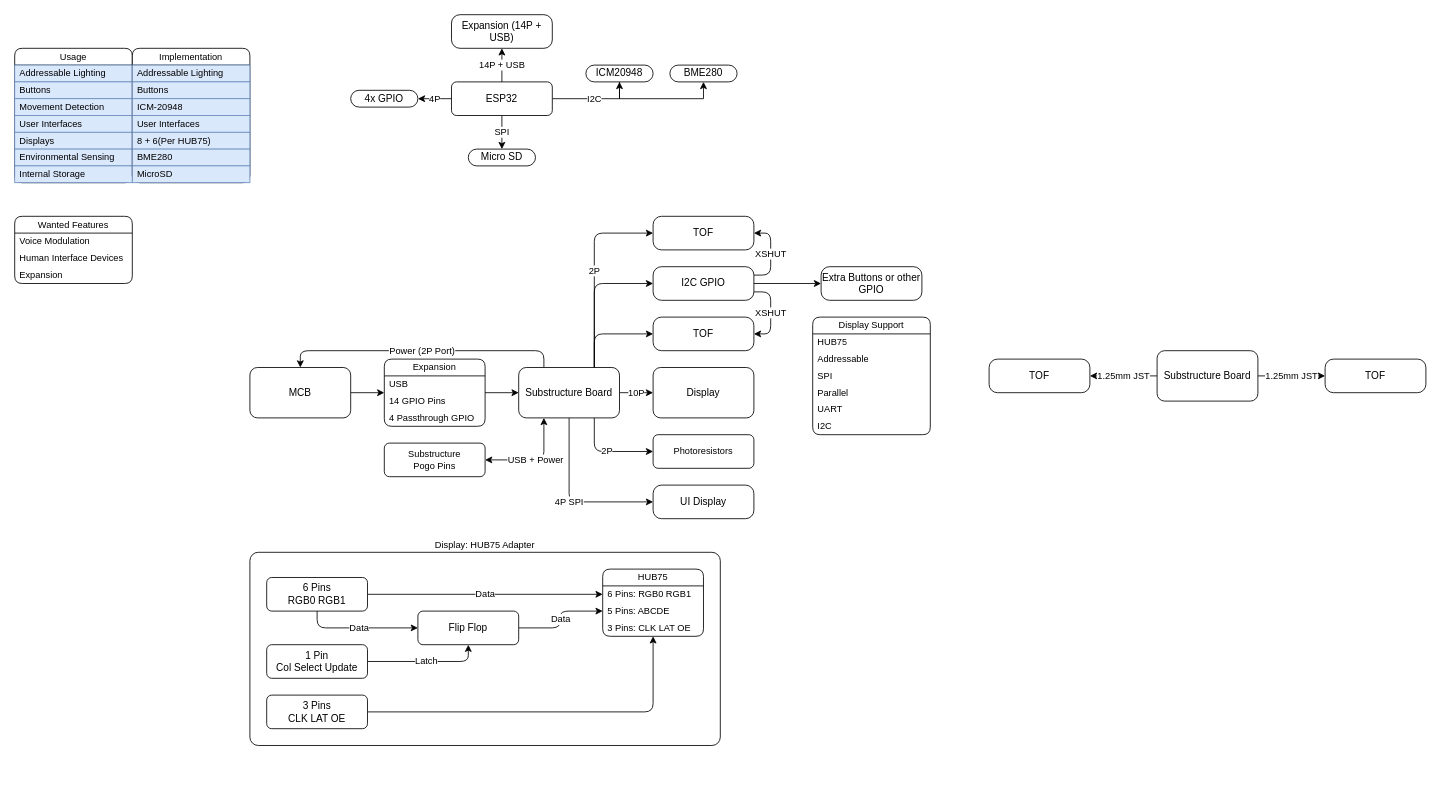
Before: page "Brainstorm" (2 of 6) of Documents/Diagram.drawio in Cyberspecies/Multi-Cosplay_Board, a draw.io diagram. Source tidied: cells renumbered, new cells numbered last; positions are measured from the earlier drawing's top-left corner, leaving out a move shared by most shapes. Both pictures are drawn from the tidied source at 84%, with x=0, y=0 at pixel (14, 14).
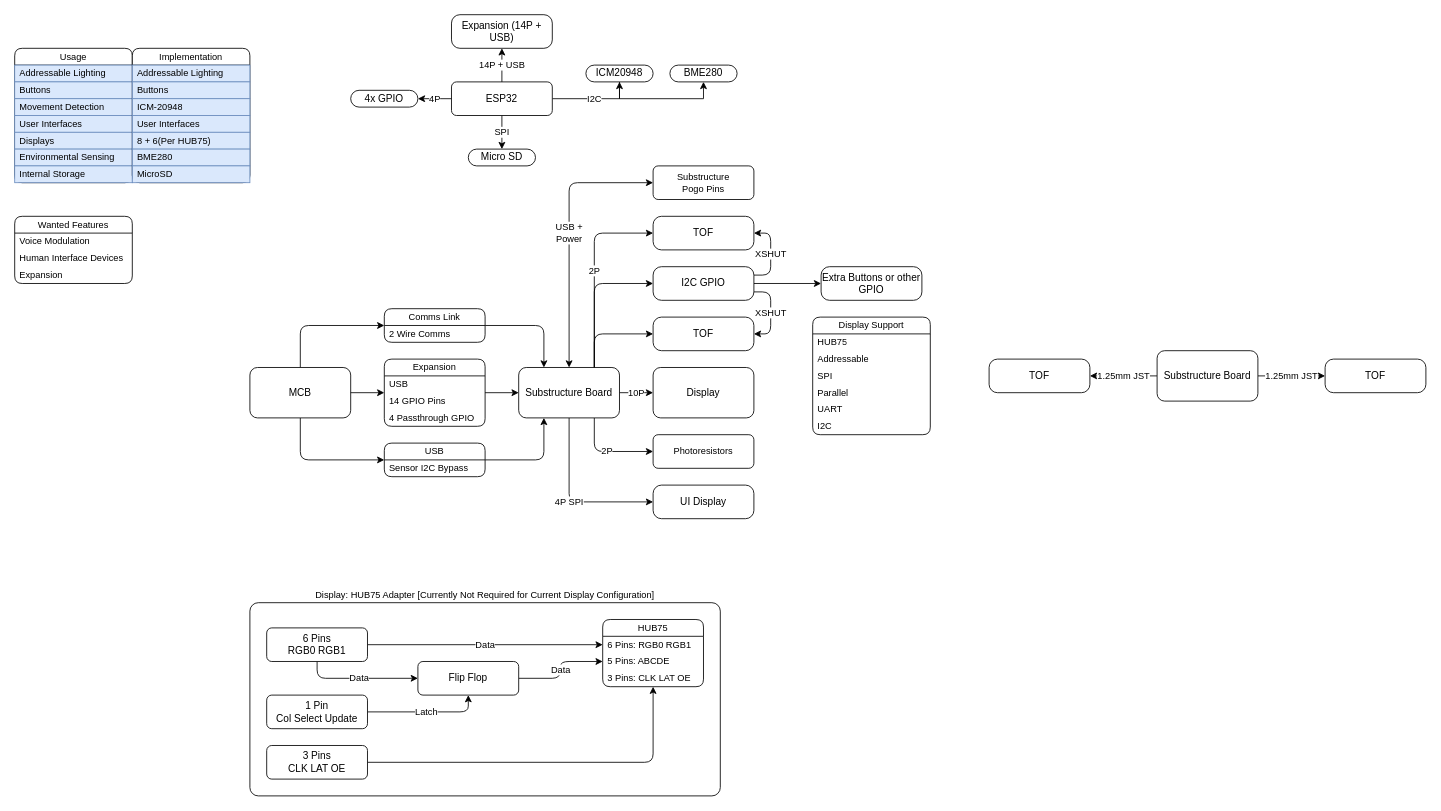
The same diagram, later.

Unchanged cells that the change refers to:
```xml
<mxCell id="38" value="MCB" style="rounded=1;whiteSpace=wrap;html=1;" parent="1" vertex="1">
  <mxGeometry x="280" y="420" width="120" height="60" as="geometry" />
</mxCell>
<mxCell id="52" value="Substructure Board" style="rounded=1;whiteSpace=wrap;html=1;" parent="1" vertex="1">
  <mxGeometry x="600" y="420" width="120" height="60" as="geometry" />
</mxCell>
```

The edit, as a diff of the source:
```diff
@@
+    <mxCell id="86" style="edgeStyle=orthogonalEdgeStyle;shape=connector;curved=0;rounded=1;jettySize=auto;html=1;exitX=0.5;exitY=0;exitDx=0;exitDy=0;entryX=0;entryY=0.5;entryDx=0;entryDy=0;strokeColor=default;align=center;verticalAlign=middle;fontFamily=Helvetica;fontSize=11;fontColor=default;labelBackgroundColor=default;endArrow=classic;" parent="1" edge="1" source="38" target="89">
+      <mxGeometry relative="1" as="geometry" />
+    </mxCell>
+    <mxCell id="87" style="edgeStyle=orthogonalEdgeStyle;shape=connector;curved=0;rounded=1;jettySize=auto;html=1;exitX=0.5;exitY=1;exitDx=0;exitDy=0;entryX=0;entryY=0.5;entryDx=0;entryDy=0;strokeColor=default;align=center;verticalAlign=middle;fontFamily=Helvetica;fontSize=11;fontColor=default;labelBackgroundColor=default;endArrow=classic;" parent="1" edge="1" source="38" target="92">
+      <mxGeometry relative="1" as="geometry" />
+    </mxCell>
@@
-    <mxCell id="47" value="USB + Power" style="edgeStyle=orthogonalEdgeStyle;shape=connector;curved=0;rounded=1;jettySize=auto;html=1;exitX=0.25;exitY=1;exitDx=0;exitDy=0;entryX=1;entryY=0.5;entryDx=0;entryDy=0;strokeColor=default;align=center;verticalAlign=middle;fontFamily=Helvetica;fontSize=11;fontColor=default;labelBackgroundColor=default;endArrow=classic;startArrow=classic;startFill=1;" parent="1" edge="1" source="52" target="74">
+    <mxCell id="47" value="USB +&lt;div&gt;Power&lt;/div&gt;" style="edgeStyle=orthogonalEdgeStyle;shape=connector;curved=0;rounded=1;jettySize=auto;html=1;entryX=0;entryY=0.5;entryDx=0;entryDy=0;strokeColor=default;align=center;verticalAlign=middle;fontFamily=Helvetica;fontSize=11;fontColor=default;labelBackgroundColor=default;endArrow=classic;startArrow=classic;startFill=1;exitX=0.5;exitY=0;exitDx=0;exitDy=0;" parent="1" edge="1" source="52" target="74">
       <mxGeometry relative="1" as="geometry" />
     </mxCell>
@@
-    <mxCell id="51" value="Power (2P Port)" style="edgeStyle=orthogonalEdgeStyle;shape=connector;curved=0;rounded=1;jettySize=auto;html=1;exitX=0.25;exitY=0;exitDx=0;exitDy=0;entryX=0.5;entryY=0;entryDx=0;entryDy=0;strokeColor=default;align=center;verticalAlign=middle;fontFamily=Helvetica;fontSize=11;fontColor=default;labelBackgroundColor=default;endArrow=classic;" parent="1" edge="1" source="52" target="38">
-      <mxGeometry relative="1" as="geometry" />
-    </mxCell>
@@
-    <mxCell id="53" value="Display: HUB75 Adapter" style="rounded=1;whiteSpace=wrap;html=1;fontFamily=Helvetica;fontSize=11;fontColor=default;labelBackgroundColor=default;labelPosition=center;verticalLabelPosition=top;align=center;verticalAlign=bottom;absoluteArcSize=1;" parent="1" vertex="1">
-      <mxGeometry x="280" y="640" width="560" height="230" as="geometry" />
+    <mxCell id="53" value="Display: HUB75 Adapter [Currently Not Required for Current Display Configuration]" style="rounded=1;whiteSpace=wrap;html=1;fontFamily=Helvetica;fontSize=11;fontColor=default;labelBackgroundColor=default;labelPosition=center;verticalLabelPosition=top;align=center;verticalAlign=bottom;absoluteArcSize=1;" parent="1" vertex="1">
+      <mxGeometry x="280" y="700" width="560" height="230" as="geometry" />
     </mxCell>
@@
     <mxCell id="74" value="Substructure&lt;div&gt;Pogo Pins&lt;/div&gt;" style="rounded=1;whiteSpace=wrap;html=1;fontFamily=Helvetica;fontSize=11;fontColor=default;labelBackgroundColor=default;" parent="1" vertex="1">
-      <mxGeometry x="440" y="510" width="120" height="40" as="geometry" />
+      <mxGeometry x="760" y="180" width="120" height="40" as="geometry" />
     </mxCell>
@@
+    <mxCell id="88" style="edgeStyle=orthogonalEdgeStyle;shape=connector;curved=0;rounded=1;jettySize=auto;html=1;exitX=1;exitY=0.5;exitDx=0;exitDy=0;entryX=0.25;entryY=0;entryDx=0;entryDy=0;strokeColor=default;align=center;verticalAlign=middle;fontFamily=Helvetica;fontSize=11;fontColor=default;labelBackgroundColor=default;endArrow=classic;" parent="1" edge="1" source="89" target="52">
+      <mxGeometry relative="1" as="geometry" />
+    </mxCell>
+    <mxCell id="89" value="Comms Link" style="swimlane;fontStyle=0;horizontal=1;startSize=20;whiteSpace=wrap;html=1;fontFamily=Helvetica;fontSize=11;fontColor=default;labelBackgroundColor=default;rounded=1;" parent="1" vertex="1">
+      <mxGeometry x="440" y="350" width="120" height="40" as="geometry" />
+    </mxCell>
+    <mxCell id="90" value="2 Wire Comms" style="text;strokeColor=none;fillColor=none;align=left;verticalAlign=middle;spacingLeft=4;spacingRight=4;overflow=hidden;whiteSpace=wrap;html=1;fontFamily=Helvetica;fontSize=11;fontColor=default;labelBackgroundColor=default;" parent="89" vertex="1">
+      <mxGeometry y="20" width="120" height="20" as="geometry" />
+    </mxCell>
+    <mxCell id="91" style="edgeStyle=orthogonalEdgeStyle;shape=connector;curved=0;rounded=1;jettySize=auto;html=1;exitX=1;exitY=0.5;exitDx=0;exitDy=0;entryX=0.25;entryY=1;entryDx=0;entryDy=0;strokeColor=default;align=center;verticalAlign=middle;fontFamily=Helvetica;fontSize=11;fontColor=default;labelBackgroundColor=default;endArrow=classic;" parent="1" edge="1" source="92" target="52">
+      <mxGeometry relative="1" as="geometry" />
+    </mxCell>
+    <mxCell id="92" value="USB" style="swimlane;fontStyle=0;horizontal=1;startSize=20;whiteSpace=wrap;html=1;fontFamily=Helvetica;fontSize=11;fontColor=default;labelBackgroundColor=default;rounded=1;" parent="1" vertex="1">
+      <mxGeometry x="440" y="510" width="120" height="40" as="geometry" />
+    </mxCell>
+    <mxCell id="93" value="Sensor I2C Bypass" style="text;strokeColor=none;fillColor=none;align=left;verticalAlign=middle;spacingLeft=4;spacingRight=4;overflow=hidden;whiteSpace=wrap;html=1;fontFamily=Helvetica;fontSize=11;fontColor=default;labelBackgroundColor=default;" parent="92" vertex="1">
+      <mxGeometry y="20" width="120" height="20" as="geometry" />
+    </mxCell>
```
